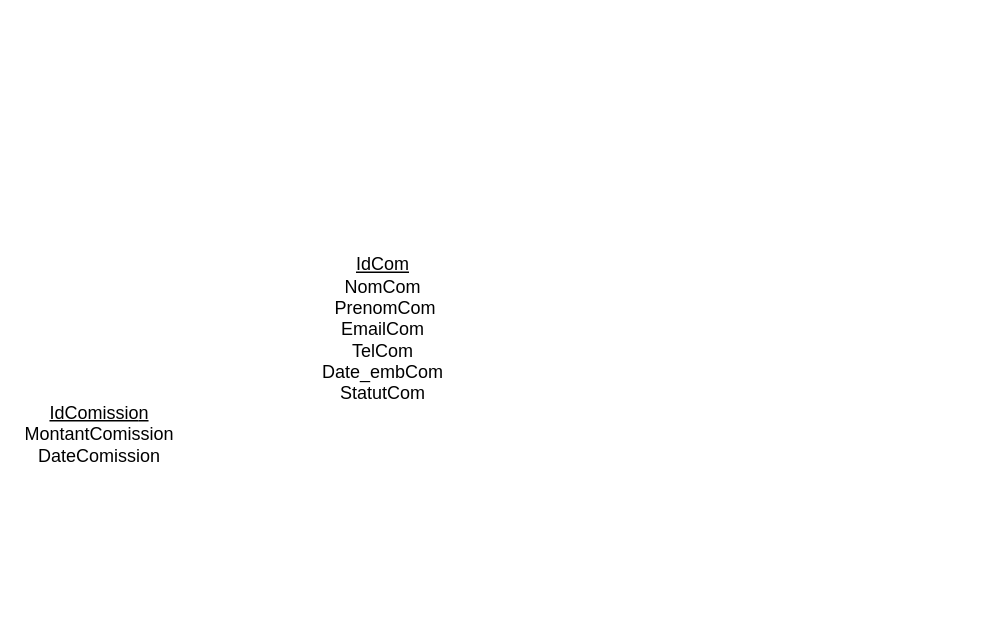
Before: sat phineas.drawio in Kouakou-Christ-Axel/portfolio, a draw.io diagram. Source tidied: cells renumbered, new cells numbered last; positions are measured from the earlier drawing's top-left corner, leaving out a move shared by most shapes. Both pictures are drawn from the tidied source at 150%, with x=0, y=0 at pixel (46, 306).
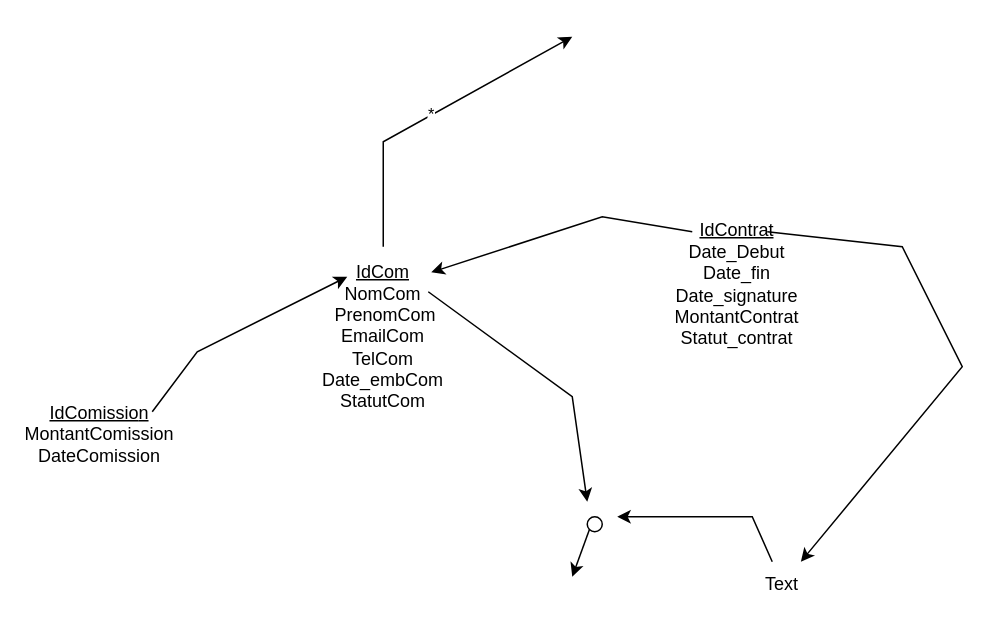
The same diagram, later.

Commit message (it also covers changes not shown here):
Mettre à jour sat phineas.drawio

The change refers to these unchanged cells:
```xml
<mxCell id="2" value="&lt;u&gt;IdComissio&lt;/u&gt;&lt;u style=&quot;background-color: initial;&quot;&gt;n&lt;/u&gt;&lt;div&gt;MontantComission&lt;/div&gt;&lt;div&gt;DateComission&lt;/div&gt;" style="text;html=1;align=center;verticalAlign=middle;whiteSpace=wrap;rounded=0;" parent="1" vertex="1">
  <mxGeometry y="70" width="70" height="30" as="geometry" />
</mxCell>
```

Diff of the diagram source:
```diff
@@
     <mxCell id="3" value="&lt;u&gt;IdCom&lt;/u&gt;&lt;div&gt;NomCom&lt;/div&gt;&lt;div&gt;&amp;nbsp;PrenomCom&lt;/div&gt;&lt;div&gt;EmailCom&lt;/div&gt;&lt;div&gt;TelCom&lt;/div&gt;&lt;div&gt;Date_embCom&lt;/div&gt;&lt;div&gt;StatutCom&lt;/div&gt;" style="text;html=1;align=center;verticalAlign=middle;whiteSpace=wrap;rounded=0;" parent="1" vertex="1">
-      <mxGeometry x="194" width="60" height="30" as="geometry" />
+      <mxGeometry x="194" y="-40" width="60" height="120" as="geometry" />
     </mxCell>
+    <mxCell id="4" style="endArrow=classic;html=1;rounded=0;exitX=1;exitY=0;exitDx=0;exitDy=0;" parent="1" edge="1" source="2">
+      <mxGeometry relative="1" as="geometry">
+        <mxPoint x="200" y="-20" as="targetPoint" />
+        <Array as="points">
+          <mxPoint x="100" y="30" />
+        </Array>
+      </mxGeometry>
+    </mxCell>
+    <mxCell id="5" value="&lt;u&gt;IdContrat&lt;/u&gt;&lt;div&gt;Date_Debut&lt;/div&gt;&lt;div&gt;Date_fin&lt;/div&gt;&lt;div&gt;Date_signature&lt;/div&gt;&lt;div&gt;MontantContrat&lt;/div&gt;&lt;div&gt;Statut_contrat&lt;/div&gt;" style="text;html=1;align=center;verticalAlign=middle;whiteSpace=wrap;rounded=0;" parent="1" vertex="1">
+      <mxGeometry x="430" y="-30" width="60" height="30" as="geometry" />
+    </mxCell>
+    <mxCell id="6" style="endArrow=classic;html=1;rounded=0;exitX=0;exitY=-0.667;exitDx=0;exitDy=0;exitPerimeter=0;entryX=1.033;entryY=0.142;entryDx=0;entryDy=0;entryPerimeter=0;" parent="1" edge="1" source="5" target="3">
+      <mxGeometry relative="1" as="geometry">
+        <Array as="points">
+          <mxPoint x="370" y="-60" />
+        </Array>
+      </mxGeometry>
+    </mxCell>
+    <mxCell id="7" value="Text" style="text;html=1;align=center;verticalAlign=middle;whiteSpace=wrap;rounded=0;" parent="1" vertex="1">
+      <mxGeometry x="460" y="170" width="60" height="30" as="geometry" />
+    </mxCell>
+    <mxCell id="8" style="endArrow=classic;html=1;rounded=0;exitX=1;exitY=0.25;exitDx=0;exitDy=0;" parent="1" edge="1" source="3">
+      <mxGeometry relative="1" as="geometry">
+        <mxPoint x="360" y="130" as="targetPoint" />
+        <Array as="points">
+          <mxPoint x="350" y="60" />
+        </Array>
+      </mxGeometry>
+    </mxCell>
+    <mxCell id="9" style="endArrow=classic;html=1;rounded=0;" parent="1" edge="1" source="7">
+      <mxGeometry relative="1" as="geometry">
+        <mxPoint x="380" y="140" as="targetPoint" />
+        <Array as="points">
+          <mxPoint x="470" y="140" />
+        </Array>
+      </mxGeometry>
+    </mxCell>
+    <mxCell id="10" style="ellipse;whiteSpace=wrap;html=1;" parent="1" vertex="1">
+      <mxGeometry x="360" y="140" width="10" height="10" as="geometry" />
+    </mxCell>
+    <mxCell id="11" style="endArrow=classic;html=1;rounded=0;exitX=0;exitY=1;exitDx=0;exitDy=0;" parent="1" edge="1" source="10">
+      <mxGeometry relative="1" as="geometry">
+        <mxPoint x="350" y="180" as="targetPoint" />
+      </mxGeometry>
+    </mxCell>
+    <mxCell id="12" value="*" style="endArrow=classic;html=1;rounded=0;exitX=0.5;exitY=0;exitDx=0;exitDy=0;" parent="1" edge="1" source="3">
+      <mxGeometry relative="1" as="geometry">
+        <mxPoint x="350" y="-180" as="targetPoint" />
+        <Array as="points">
+          <mxPoint x="224" y="-110" />
+        </Array>
+      </mxGeometry>
+    </mxCell>
+    <mxCell id="13" style="endArrow=classic;html=1;rounded=0;" parent="1" edge="1" target="7">
+      <mxGeometry relative="1" as="geometry">
+        <mxPoint x="480" y="-50" as="sourcePoint" />
+        <Array as="points">
+          <mxPoint x="570" y="-40" />
+          <mxPoint x="610" y="40" />
+        </Array>
+      </mxGeometry>
+    </mxCell>
```
